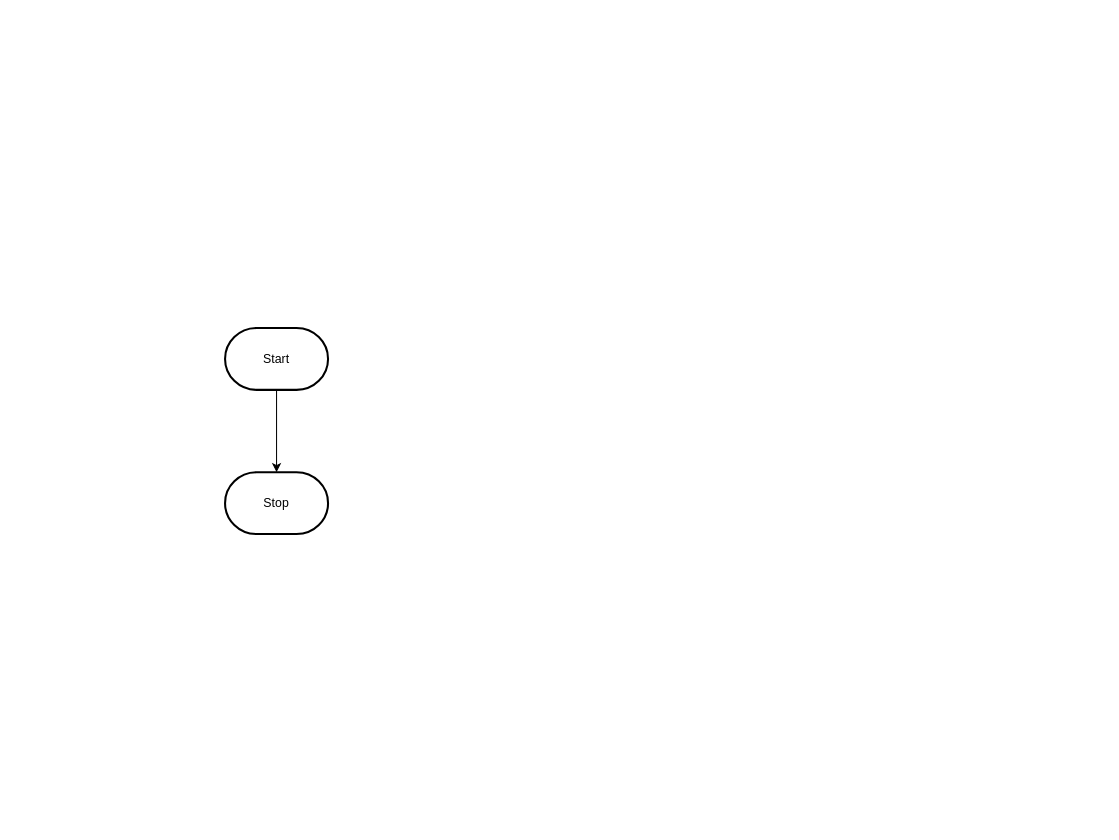
This is design/flowchart.drawio from MTHS-ICD2O-1-2023/ICD2O-Unit-6-03-clara-tyman, a draw.io file, before an edit. Source tidied: cells renumbered, new cells numbered last; positions are measured from the earlier drawing's top-left corner, leaving out a move shared by most shapes. Both pictures are drawn from the tidied source at 103%, with x=0, y=0 at pixel (225, 328).
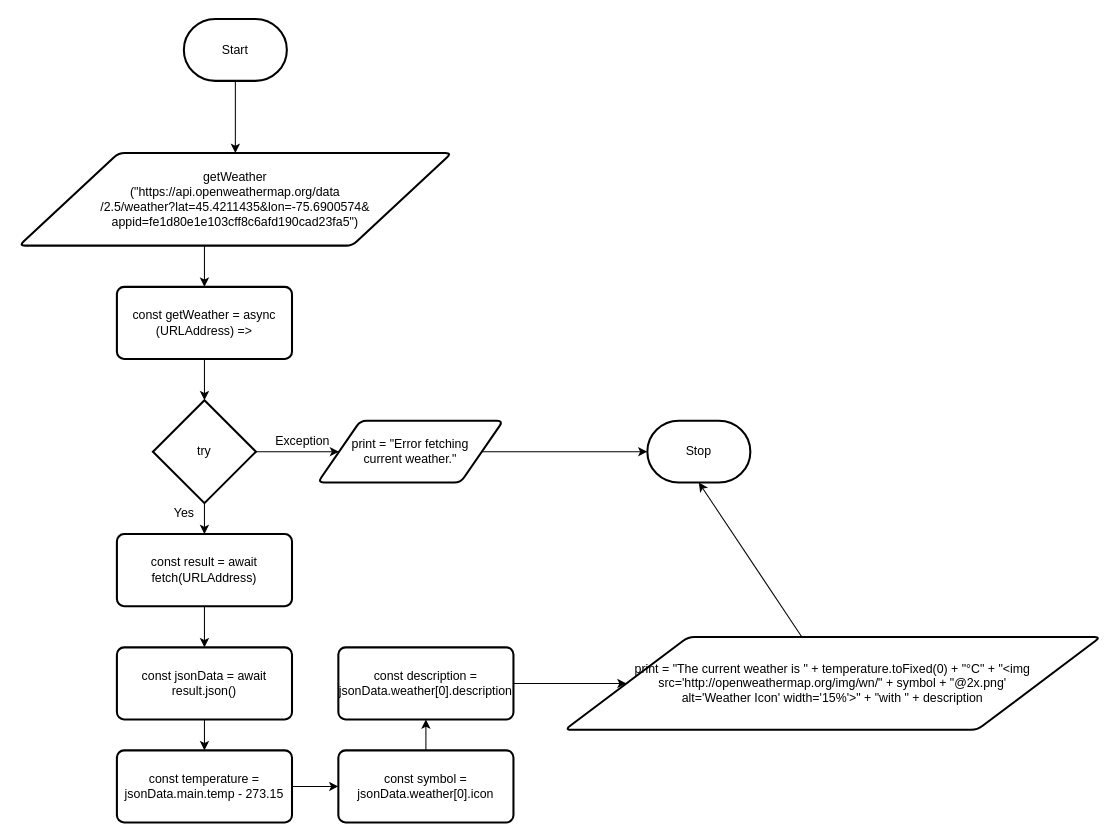
The same diagram, later.

Change to the diagram source:
```diff
@@
-    <mxCell id="2" style="edgeStyle=orthogonalEdgeStyle;html=1;rounded=0;" parent="1" edge="1" source="3" target="4">
-      <mxGeometry relative="1" as="geometry" />
-    </mxCell>
+    <mxCell id="5" style="edgeStyle=none;html=1;" parent="1" edge="1" source="3" target="28">
+      <mxGeometry relative="1" as="geometry" />
+    </mxCell>
     <mxCell id="3" value="Start" style="strokeWidth=2;html=1;shape=mxgraph.flowchart.terminator;whiteSpace=wrap;" parent="1" vertex="1">
-      <mxGeometry width="100" height="60" as="geometry" />
+      <mxGeometry x="-40" y="-300" width="100" height="60" as="geometry" />
     </mxCell>
+    <mxCell id="6" style="edgeStyle=none;html=1;entryX=0.5;entryY=0;entryDx=0;entryDy=0;" parent="1" edge="1" target="8">
+      <mxGeometry relative="1" as="geometry">
+        <mxPoint x="-20" y="-80" as="sourcePoint" />
+      </mxGeometry>
+    </mxCell>
+    <mxCell id="7" style="edgeStyle=none;html=1;entryX=0.5;entryY=0;entryDx=0;entryDy=0;entryPerimeter=0;" parent="1" edge="1" source="8" target="11">
+      <mxGeometry relative="1" as="geometry" />
+    </mxCell>
+    <mxCell id="8" value="const getWeather = async (URLAddress) =&amp;gt;" style="rounded=1;whiteSpace=wrap;html=1;absoluteArcSize=1;arcSize=14;strokeWidth=2;" parent="1" vertex="1">
+      <mxGeometry x="-105" y="-40" width="170" height="70" as="geometry" />
+    </mxCell>
+    <mxCell id="9" style="edgeStyle=none;html=1;" parent="1" edge="1" source="11" target="13">
+      <mxGeometry relative="1" as="geometry" />
+    </mxCell>
+    <mxCell id="10" style="edgeStyle=none;html=1;entryX=0;entryY=0.5;entryDx=0;entryDy=0;" parent="1" edge="1" source="11" target="27">
+      <mxGeometry relative="1" as="geometry" />
+    </mxCell>
+    <mxCell id="11" value="try" style="strokeWidth=2;html=1;shape=mxgraph.flowchart.decision;whiteSpace=wrap;" parent="1" vertex="1">
+      <mxGeometry x="-70" y="70" width="100" height="100" as="geometry" />
+    </mxCell>
+    <mxCell id="12" style="edgeStyle=none;html=1;entryX=0.5;entryY=0;entryDx=0;entryDy=0;" parent="1" edge="1" source="13" target="15">
+      <mxGeometry relative="1" as="geometry" />
+    </mxCell>
+    <mxCell id="13" value="const result = await fetch(URLAddress)" style="rounded=1;whiteSpace=wrap;html=1;absoluteArcSize=1;arcSize=14;strokeWidth=2;" parent="1" vertex="1">
+      <mxGeometry x="-105" y="200" width="170" height="70" as="geometry" />
+    </mxCell>
+    <mxCell id="14" style="edgeStyle=none;html=1;" parent="1" edge="1" source="15" target="17">
+      <mxGeometry relative="1" as="geometry" />
+    </mxCell>
+    <mxCell id="15" value="const jsonData = await result.json()" style="rounded=1;whiteSpace=wrap;html=1;absoluteArcSize=1;arcSize=14;strokeWidth=2;" parent="1" vertex="1">
+      <mxGeometry x="-105" y="310" width="170" height="70" as="geometry" />
+    </mxCell>
+    <mxCell id="16" style="edgeStyle=none;html=1;" parent="1" edge="1" source="17" target="19">
+      <mxGeometry relative="1" as="geometry" />
+    </mxCell>
+    <mxCell id="17" value="const temperature = jsonData.main.temp - 273.15" style="rounded=1;whiteSpace=wrap;html=1;absoluteArcSize=1;arcSize=14;strokeWidth=2;" parent="1" vertex="1">
+      <mxGeometry x="-105" y="410" width="170" height="70" as="geometry" />
+    </mxCell>
+    <mxCell id="18" style="edgeStyle=none;html=1;entryX=0.5;entryY=1;entryDx=0;entryDy=0;" parent="1" edge="1" source="19" target="21">
+      <mxGeometry relative="1" as="geometry" />
+    </mxCell>
+    <mxCell id="19" value="const symbol = jsonData.weather[0].icon" style="rounded=1;whiteSpace=wrap;html=1;absoluteArcSize=1;arcSize=14;strokeWidth=2;" parent="1" vertex="1">
+      <mxGeometry x="110" y="410" width="170" height="70" as="geometry" />
+    </mxCell>
+    <mxCell id="20" style="edgeStyle=none;html=1;" parent="1" edge="1" source="21" target="23">
+      <mxGeometry relative="1" as="geometry" />
+    </mxCell>
+    <mxCell id="21" value="const description = jsonData.weather[0].description" style="rounded=1;whiteSpace=wrap;html=1;absoluteArcSize=1;arcSize=14;strokeWidth=2;" parent="1" vertex="1">
+      <mxGeometry x="110" y="310" width="170" height="70" as="geometry" />
+    </mxCell>
+    <mxCell id="22" style="edgeStyle=none;html=1;entryX=0.5;entryY=1;entryDx=0;entryDy=0;entryPerimeter=0;" parent="1" edge="1" source="23" target="4">
+      <mxGeometry relative="1" as="geometry" />
+    </mxCell>
+    <mxCell id="23" value="print =&amp;nbsp;&quot;The current weather is &quot; + temperature.toFixed(0) + &quot;°C&quot; + &quot;&amp;lt;img src='http://openweathermap.org/img/wn/&quot; + symbol + &quot;@2x.png' &lt;br&gt;alt='Weather Icon' width='15%'&amp;gt;&quot; + &quot;with &quot; + description" style="shape=parallelogram;html=1;strokeWidth=2;perimeter=parallelogramPerimeter;whiteSpace=wrap;rounded=1;arcSize=12;size=0.23;" parent="1" vertex="1">
+      <mxGeometry x="330" y="300" width="520" height="90" as="geometry" />
+    </mxCell>
+    <mxCell id="24" value="Yes" style="text;html=1;align=center;verticalAlign=middle;fillColor=none;strokeColor=none;rounded=0;" parent="1" vertex="1">
+      <mxGeometry x="-60" y="170" width="40" height="20" as="geometry" />
+    </mxCell>
+    <mxCell id="25" value="Exception" style="text;html=1;align=center;verticalAlign=middle;fillColor=none;strokeColor=none;rounded=0;" parent="1" vertex="1">
+      <mxGeometry x="40" y="100" width="70" height="20" as="geometry" />
+    </mxCell>
+    <mxCell id="26" style="edgeStyle=none;html=1;" parent="1" edge="1" source="27" target="4">
+      <mxGeometry relative="1" as="geometry" />
+    </mxCell>
+    <mxCell id="27" value="print =&amp;nbsp;&quot;Error fetching &lt;br&gt;current weather.&quot;" style="shape=parallelogram;html=1;strokeWidth=2;perimeter=parallelogramPerimeter;whiteSpace=wrap;rounded=1;arcSize=12;size=0.23;" parent="1" vertex="1">
+      <mxGeometry x="90" y="90" width="180" height="60" as="geometry" />
+    </mxCell>
     <mxCell id="4" value="Stop" style="strokeWidth=2;html=1;shape=mxgraph.flowchart.terminator;whiteSpace=wrap;" parent="1" vertex="1">
-      <mxGeometry y="140" width="100" height="60" as="geometry" />
+      <mxGeometry x="410" y="90" width="100" height="60" as="geometry" />
     </mxCell>
+    <mxCell id="28" value="&lt;span&gt;getWeather&lt;br&gt;(&quot;https://api.openweathermap.org/data&lt;br&gt;/2.5/weather?lat=45.4211435&amp;amp;lon=-75.6900574&amp;amp;&lt;br&gt;appid=fe1d80e1e103cff8c6afd190cad23fa5&quot;)&lt;/span&gt;" style="shape=parallelogram;html=1;strokeWidth=2;perimeter=parallelogramPerimeter;whiteSpace=wrap;rounded=1;arcSize=12;size=0.23;" parent="1" vertex="1">
+      <mxGeometry x="-200" y="-170" width="420" height="90" as="geometry" />
+    </mxCell>
```
